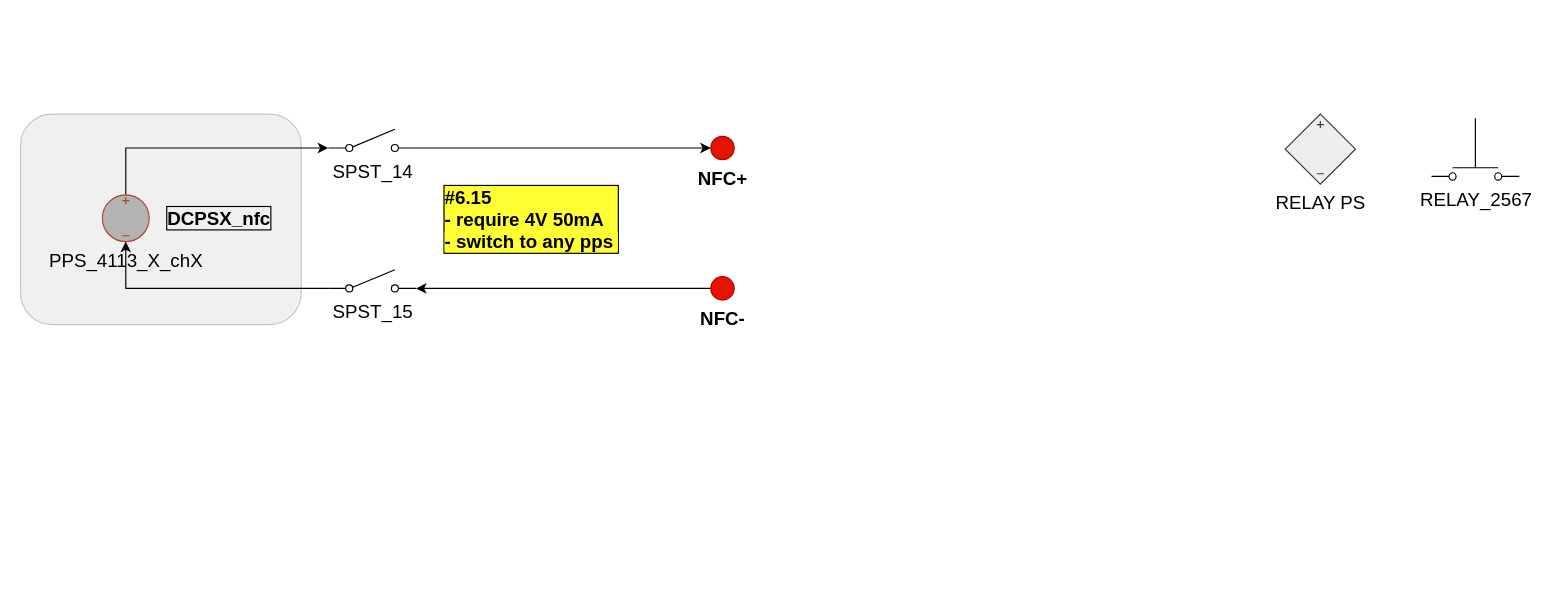
Above: BMS_device_B_6p15.drawio in ktlim-xy/draw-io (draw.io), before the change. Source tidied: cells renumbered, new cells numbered last; positions are measured from the earlier drawing's top-left corner, leaving out a move shared by most shapes. Both pictures are drawn from the tidied source at 117%, with x=0, y=0 at pixel (20, 113).
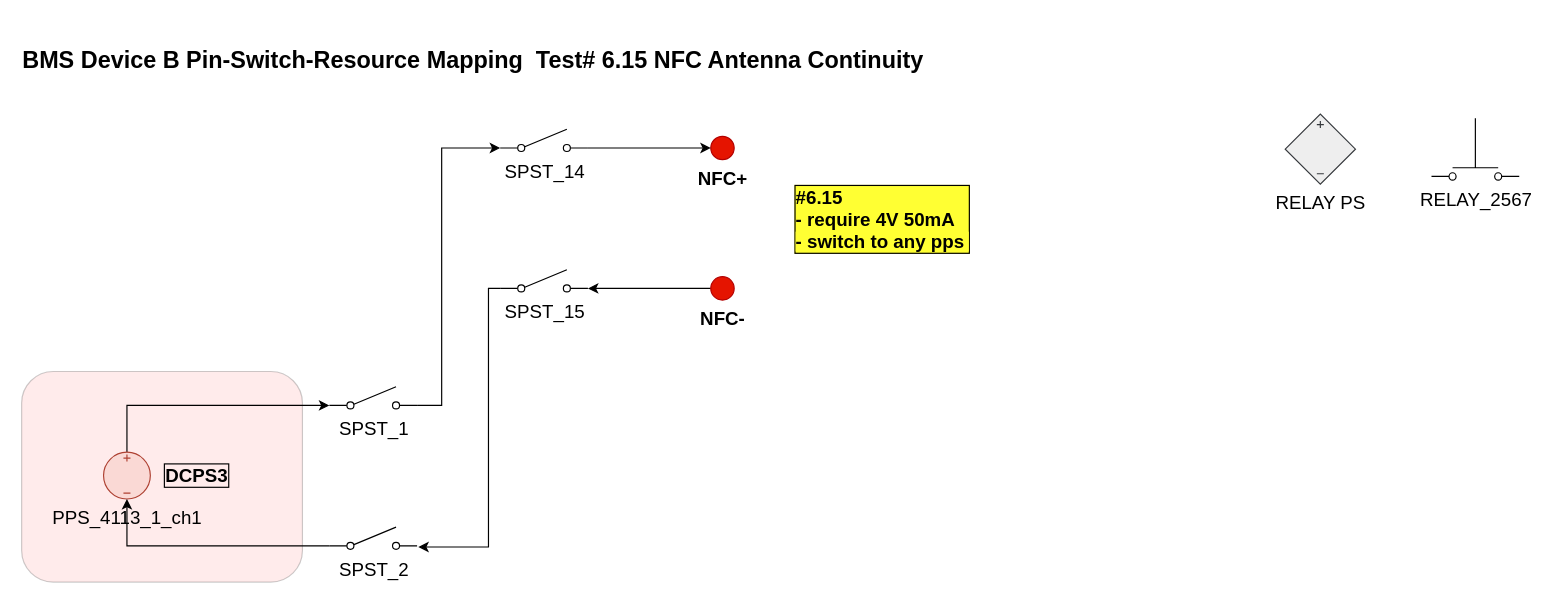
Above is the later version.

Diff of the diagram source:
```diff
@@
     <mxCell id="7" value="#6.15&amp;nbsp;&lt;div&gt;- require 4V 50mA&lt;/div&gt;&lt;div&gt;&lt;span style=&quot;background-color: light-dark(rgb(255, 255, 51), rgb(43, 43, 0)); color: light-dark(rgb(0, 0, 0), rgb(237, 237, 237));&quot;&gt;- switch to any pps&amp;nbsp;&lt;/span&gt;&lt;/div&gt;" style="text;html=1;whiteSpace=wrap;strokeColor=none;fillColor=none;align=left;verticalAlign=middle;rounded=0;fontStyle=1;fontColor=#000000;fontSize=16;labelBorderColor=default;labelBackgroundColor=#FFFF33;" parent="1" vertex="1">
-      <mxGeometry x="360" y="75" width="390" height="30" as="geometry" />
+      <mxGeometry x="660" y="75" width="390" height="30" as="geometry" />
     </mxCell>
-    <mxCell id="8" style="rounded=1;whiteSpace=wrap;html=1;fillColor=#B3B3B3;gradientColor=none;fillStyle=auto;gradientDirection=radial;opacity=20;fontSize=16;" parent="1" vertex="1">
-      <mxGeometry width="240" height="180" as="geometry" />
-    </mxCell>
-    <mxCell id="9" style="edgeStyle=orthogonalEdgeStyle;rounded=0;jettySize=auto;html=1;exitX=0.5;exitY=0;exitDx=0;exitDy=0;exitPerimeter=0;entryX=0;entryY=0.8;entryDx=0;entryDy=0;fontSize=16;" parent="1" edge="1" source="10" target="12">
-      <mxGeometry relative="1" as="geometry" />
-    </mxCell>
-    <mxCell id="10" value="PPS_4113_X_chX" style="verticalLabelPosition=bottom;shadow=0;dashed=0;align=center;html=1;verticalAlign=top;shape=mxgraph.electrical.signal_sources.source;points=[[0.5,0,0],[1,0.5,0],[0.5,1,0],[0,0.5,0]];elSignalType=dc3;rotation=0;fillColor=#B3B3B3;strokeColor=#ae4132;fontSize=16;" parent="1" vertex="1">
-      <mxGeometry x="70" y="69" width="40" height="40" as="geometry" />
-    </mxCell>
@@
     <mxCell id="12" value="SPST_14" style="html=1;shape=mxgraph.electrical.electro-mechanical.singleSwitch;elSwitchState=off;verticalAlign=top;labelPosition=center;verticalLabelPosition=bottom;align=center;fontSize=16;" parent="1" vertex="1">
-      <mxGeometry x="263" y="13" width="75" height="20" as="geometry" />
+      <mxGeometry x="410" y="13" width="75" height="20" as="geometry" />
     </mxCell>
+    <mxCell id="16" style="edgeStyle=orthogonalEdgeStyle;rounded=0;jettySize=auto;html=1;exitX=0;exitY=0.8;exitDx=0;exitDy=0;" parent="1" edge="1" source="13">
+      <mxGeometry relative="1" as="geometry">
+        <mxPoint x="340" y="370" as="targetPoint" />
+        <Array as="points">
+          <mxPoint x="400" y="149" />
+          <mxPoint x="400" y="370" />
+        </Array>
+      </mxGeometry>
+    </mxCell>
     <mxCell id="13" value="SPST_15" style="html=1;shape=mxgraph.electrical.electro-mechanical.singleSwitch;elSwitchState=off;verticalAlign=top;labelPosition=center;verticalLabelPosition=bottom;align=center;fontSize=16;" parent="1" vertex="1">
-      <mxGeometry x="263" y="133" width="75" height="20" as="geometry" />
+      <mxGeometry x="410" y="133" width="75" height="20" as="geometry" />
     </mxCell>
-    <mxCell id="14" style="edgeStyle=orthogonalEdgeStyle;rounded=0;jettySize=auto;html=1;exitX=0;exitY=0.8;exitDx=0;exitDy=0;entryX=0.5;entryY=1;entryDx=0;entryDy=0;entryPerimeter=0;fontSize=16;" parent="1" edge="1" source="13" target="10">
-      <mxGeometry relative="1" as="geometry" />
-    </mxCell>
-    <mxCell id="15" value="&lt;span&gt;&lt;font&gt;DCPSX_nfc&lt;/font&gt;&lt;/span&gt;" style="text;html=1;whiteSpace=wrap;strokeColor=none;fillColor=none;align=center;verticalAlign=middle;rounded=0;fontSize=16;fontColor=#000000;fontStyle=1;labelBorderColor=default;" parent="1" vertex="1">
-      <mxGeometry x="140" y="74" width="60" height="30" as="geometry" />
-    </mxCell>
+    <mxCell id="17" value="&lt;b&gt;BMS Device B Pin-Switch-Resource Mapping&amp;nbsp; Test#&amp;nbsp;6.15 NFC Antenna Continuity&lt;/b&gt;" style="text;html=1;whiteSpace=wrap;strokeColor=none;fillColor=none;align=left;verticalAlign=middle;rounded=0;fontSize=20;" parent="1" vertex="1">
+      <mxGeometry y="-80" width="1010" height="65" as="geometry" />
+    </mxCell>
+    <mxCell id="18" style="rounded=1;whiteSpace=wrap;html=1;fillColor=#FF9999;gradientColor=none;fillStyle=auto;gradientDirection=radial;opacity=20;fontSize=16;" parent="1" vertex="1">
+      <mxGeometry x="1" y="220" width="240" height="180" as="geometry" />
+    </mxCell>
+    <mxCell id="19" style="edgeStyle=orthogonalEdgeStyle;rounded=0;jettySize=auto;html=1;exitX=0.5;exitY=0;exitDx=0;exitDy=0;exitPerimeter=0;entryX=0;entryY=0.8;entryDx=0;entryDy=0;fontSize=16;" parent="1" edge="1" source="20" target="22">
+      <mxGeometry relative="1" as="geometry" />
+    </mxCell>
+    <mxCell id="20" value="PPS_4113_1_ch1" style="verticalLabelPosition=bottom;shadow=0;dashed=0;align=center;html=1;verticalAlign=top;shape=mxgraph.electrical.signal_sources.source;points=[[0.5,0,0],[1,0.5,0],[0.5,1,0],[0,0.5,0]];elSignalType=dc3;rotation=0;fillColor=#fad9d5;strokeColor=#ae4132;fontSize=16;" parent="1" vertex="1">
+      <mxGeometry x="71" y="289" width="40" height="40" as="geometry" />
+    </mxCell>
+    <mxCell id="21" style="edgeStyle=orthogonalEdgeStyle;rounded=0;jettySize=auto;html=1;exitX=1;exitY=0.8;exitDx=0;exitDy=0;entryX=0;entryY=0.8;entryDx=0;entryDy=0;" parent="1" edge="1" source="22" target="12">
+      <mxGeometry relative="1" as="geometry">
+        <Array as="points">
+          <mxPoint x="360" y="249" />
+          <mxPoint x="360" y="29" />
+        </Array>
+      </mxGeometry>
+    </mxCell>
+    <mxCell id="22" value="SPST_1" style="html=1;shape=mxgraph.electrical.electro-mechanical.singleSwitch;elSwitchState=off;verticalAlign=top;labelPosition=center;verticalLabelPosition=bottom;align=center;fontSize=16;" parent="1" vertex="1">
+      <mxGeometry x="264" y="233" width="75" height="20" as="geometry" />
+    </mxCell>
+    <mxCell id="23" value="SPST_2" style="html=1;shape=mxgraph.electrical.electro-mechanical.singleSwitch;elSwitchState=off;verticalAlign=top;labelPosition=center;verticalLabelPosition=bottom;align=center;fontSize=16;" parent="1" vertex="1">
+      <mxGeometry x="264" y="353" width="75" height="20" as="geometry" />
+    </mxCell>
+    <mxCell id="24" style="edgeStyle=orthogonalEdgeStyle;rounded=0;jettySize=auto;html=1;exitX=0;exitY=0.8;exitDx=0;exitDy=0;entryX=0.5;entryY=1;entryDx=0;entryDy=0;entryPerimeter=0;fontSize=16;" parent="1" edge="1" source="23" target="20">
+      <mxGeometry relative="1" as="geometry" />
+    </mxCell>
+    <mxCell id="25" value="&lt;span&gt;&lt;font&gt;DCPS3&lt;/font&gt;&lt;/span&gt;" style="text;html=1;whiteSpace=wrap;strokeColor=none;fillColor=none;align=center;verticalAlign=middle;rounded=0;fontSize=16;fontColor=#000000;fontStyle=1;labelBorderColor=default;" parent="1" vertex="1">
+      <mxGeometry x="121" y="294" width="60" height="30" as="geometry" />
+    </mxCell>
```
